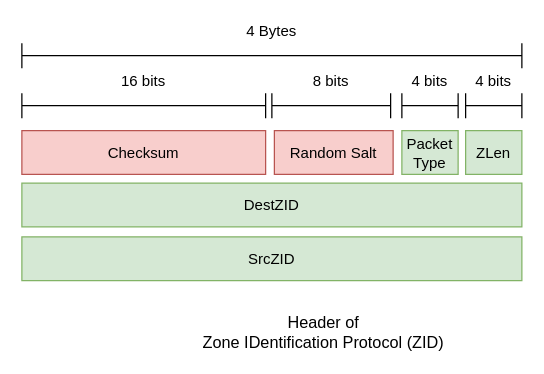
Before: docs/figures/zid.drawio in mido3ds/C4IAN, a draw.io diagram. Source tidied: cells renumbered, new cells numbered last; positions are measured from the earlier drawing's top-left corner, leaving out a move shared by most shapes. Both pictures are drawn from the tidied source at 125%, with x=0, y=0 at pixel (21, 42).
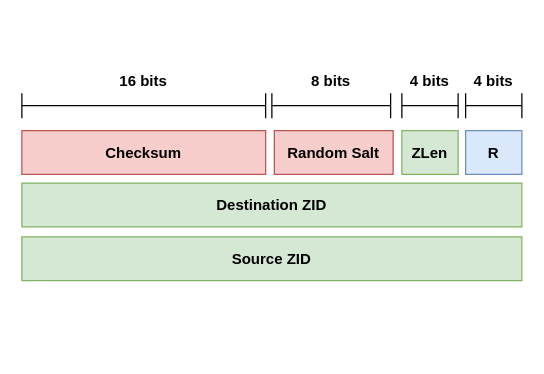
The same diagram, later.

The edit, as a diff of the source:
```diff
@@
 <mxGraphModel>
   <root>
     <mxCell id="0" />
     <mxCell id="1" parent="0" />
-    <mxCell id="2" value="4 Bytes" style="shape=crossbar;whiteSpace=wrap;html=1;rounded=1;verticalAlign=bottom;labelPosition=center;verticalLabelPosition=top;align=center;" parent="1" vertex="1">
-      <mxGeometry width="400" height="20" as="geometry" />
-    </mxCell>
-    <mxCell id="3" value="Checksum" style="rounded=0;whiteSpace=wrap;html=1;fillColor=#f8cecc;strokeColor=#b85450;" parent="1" vertex="1">
+    <mxCell id="3" value="Checksum" style="rounded=0;whiteSpace=wrap;html=1;fillColor=#f8cecc;strokeColor=#b85450;fontStyle=1;" parent="1" vertex="1">
       <mxGeometry y="70" width="195" height="35" as="geometry" />
     </mxCell>
-    <mxCell id="4" value="ZLen" style="rounded=0;whiteSpace=wrap;html=1;fillColor=#d5e8d4;strokeColor=#82b366;" parent="1" vertex="1">
-      <mxGeometry x="355" y="70" width="45" height="35" as="geometry" />
+    <mxCell id="4" value="ZLen" style="rounded=0;whiteSpace=wrap;html=1;fillColor=#d5e8d4;strokeColor=#82b366;fontStyle=1;" parent="1" vertex="1">
+      <mxGeometry x="304" y="70" width="45" height="35" as="geometry" />
     </mxCell>
-    <mxCell id="5" value="DestZID" style="rounded=0;whiteSpace=wrap;html=1;fillColor=#d5e8d4;strokeColor=#82b366;" parent="1" vertex="1">
+    <mxCell id="5" value="Destination ZID" style="rounded=0;whiteSpace=wrap;html=1;fillColor=#d5e8d4;strokeColor=#82b366;fontStyle=1;" parent="1" vertex="1">
       <mxGeometry y="112" width="400" height="35" as="geometry" />
     </mxCell>
-    <mxCell id="6" value="SrcZID" style="rounded=0;whiteSpace=wrap;html=1;fillColor=#d5e8d4;strokeColor=#82b366;" parent="1" vertex="1">
+    <mxCell id="6" value="Source ZID" style="rounded=0;whiteSpace=wrap;html=1;fillColor=#d5e8d4;strokeColor=#82b366;fontStyle=1;" parent="1" vertex="1">
       <mxGeometry y="155" width="400" height="35" as="geometry" />
     </mxCell>
-    <mxCell id="7" value="Header of&lt;br&gt;Zone IDentification Protocol (ZID)" style="text;html=1;align=center;verticalAlign=middle;fontSize=13;" parent="1" vertex="1">
-      <mxGeometry x="139" y="213" width="203" height="35" as="geometry" />
-    </mxCell>
-    <mxCell id="8" value="4 bits" style="shape=crossbar;whiteSpace=wrap;html=1;rounded=1;verticalAlign=bottom;labelPosition=center;verticalLabelPosition=top;align=center;" parent="1" vertex="1">
+    <mxCell id="8" value="4 bits" style="shape=crossbar;whiteSpace=wrap;html=1;rounded=1;verticalAlign=bottom;labelPosition=center;verticalLabelPosition=top;align=center;fontStyle=1;" parent="1" vertex="1">
       <mxGeometry x="304" y="40" width="45" height="20" as="geometry" />
     </mxCell>
-    <mxCell id="9" value="8 bits" style="shape=crossbar;whiteSpace=wrap;html=1;rounded=1;verticalAlign=bottom;labelPosition=center;verticalLabelPosition=top;align=center;" parent="1" vertex="1">
+    <mxCell id="9" value="8 bits" style="shape=crossbar;whiteSpace=wrap;html=1;rounded=1;verticalAlign=bottom;labelPosition=center;verticalLabelPosition=top;align=center;fontStyle=1;" parent="1" vertex="1">
       <mxGeometry x="200" y="40" width="95" height="20" as="geometry" />
     </mxCell>
-    <mxCell id="10" value="16 bits" style="shape=crossbar;whiteSpace=wrap;html=1;rounded=1;verticalAlign=bottom;labelPosition=center;verticalLabelPosition=top;align=center;" parent="1" vertex="1">
+    <mxCell id="10" value="16 bits" style="shape=crossbar;whiteSpace=wrap;html=1;rounded=1;verticalAlign=bottom;labelPosition=center;verticalLabelPosition=top;align=center;fontStyle=1;" parent="1" vertex="1">
       <mxGeometry y="40" width="195" height="20" as="geometry" />
     </mxCell>
-    <mxCell id="11" value="Random Salt" style="rounded=0;whiteSpace=wrap;html=1;fillColor=#f8cecc;strokeColor=#b85450;" parent="1" vertex="1">
+    <mxCell id="11" value="Random Salt" style="rounded=0;whiteSpace=wrap;html=1;fillColor=#f8cecc;strokeColor=#b85450;fontStyle=1;" parent="1" vertex="1">
       <mxGeometry x="202" y="70" width="95" height="35" as="geometry" />
     </mxCell>
-    <mxCell id="12" value="Packet Type" style="rounded=0;whiteSpace=wrap;html=1;fillColor=#d5e8d4;strokeColor=#82b366;" parent="1" vertex="1">
-      <mxGeometry x="304" y="70" width="45" height="35" as="geometry" />
-    </mxCell>
-    <mxCell id="13" value="4 bits" style="shape=crossbar;whiteSpace=wrap;html=1;rounded=1;verticalAlign=bottom;labelPosition=center;verticalLabelPosition=top;align=center;" parent="1" vertex="1">
+    <mxCell id="13" value="4 bits" style="shape=crossbar;whiteSpace=wrap;html=1;rounded=1;verticalAlign=bottom;labelPosition=center;verticalLabelPosition=top;align=center;fontStyle=1;" parent="1" vertex="1">
       <mxGeometry x="355" y="40" width="45" height="20" as="geometry" />
     </mxCell>
+    <mxCell id="14" value="R" style="rounded=0;whiteSpace=wrap;html=1;fillColor=#dae8fc;strokeColor=#6c8ebf;fontStyle=1;" parent="1" vertex="1">
+      <mxGeometry x="355" y="70" width="45" height="35" as="geometry" />
+    </mxCell>
   </root>
 </mxGraphModel>
```
